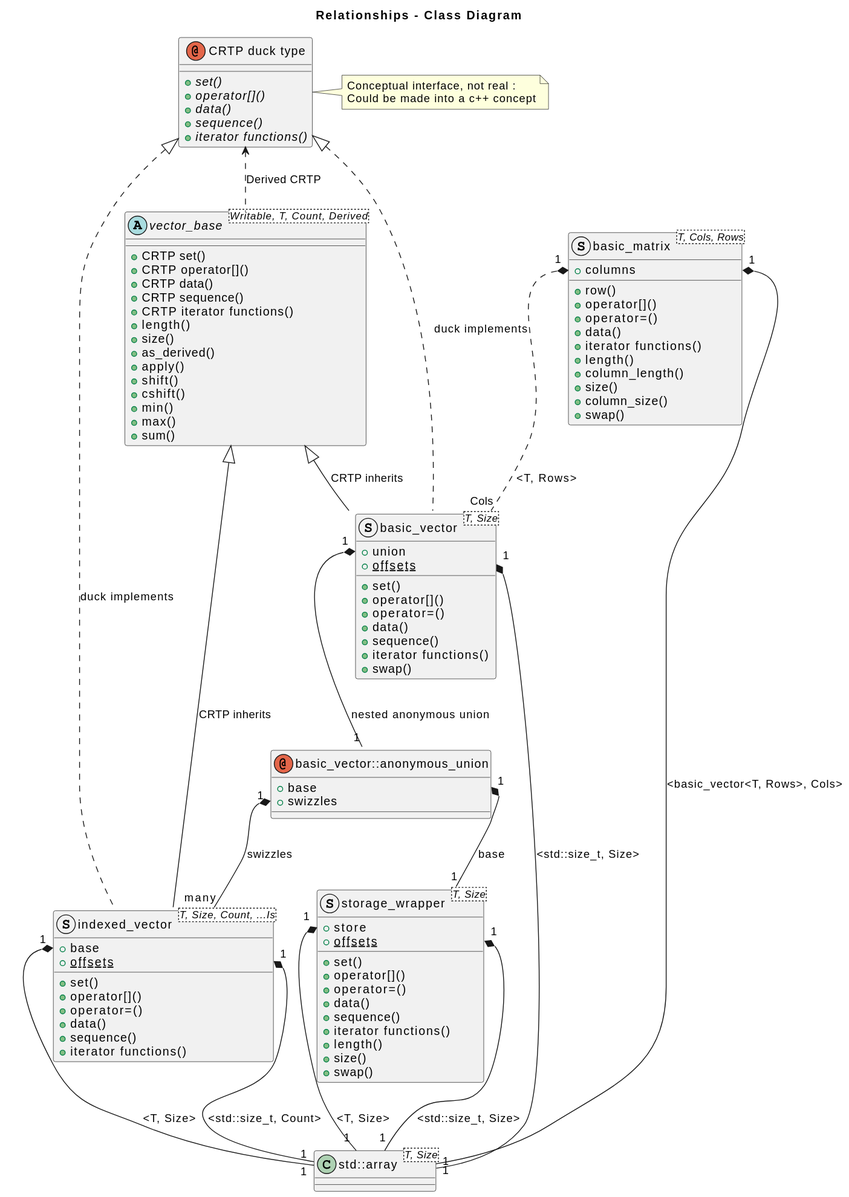
This is docs/dsga.svg from davidbrowne/dsga, a PlantUML export, as it was before one commit.
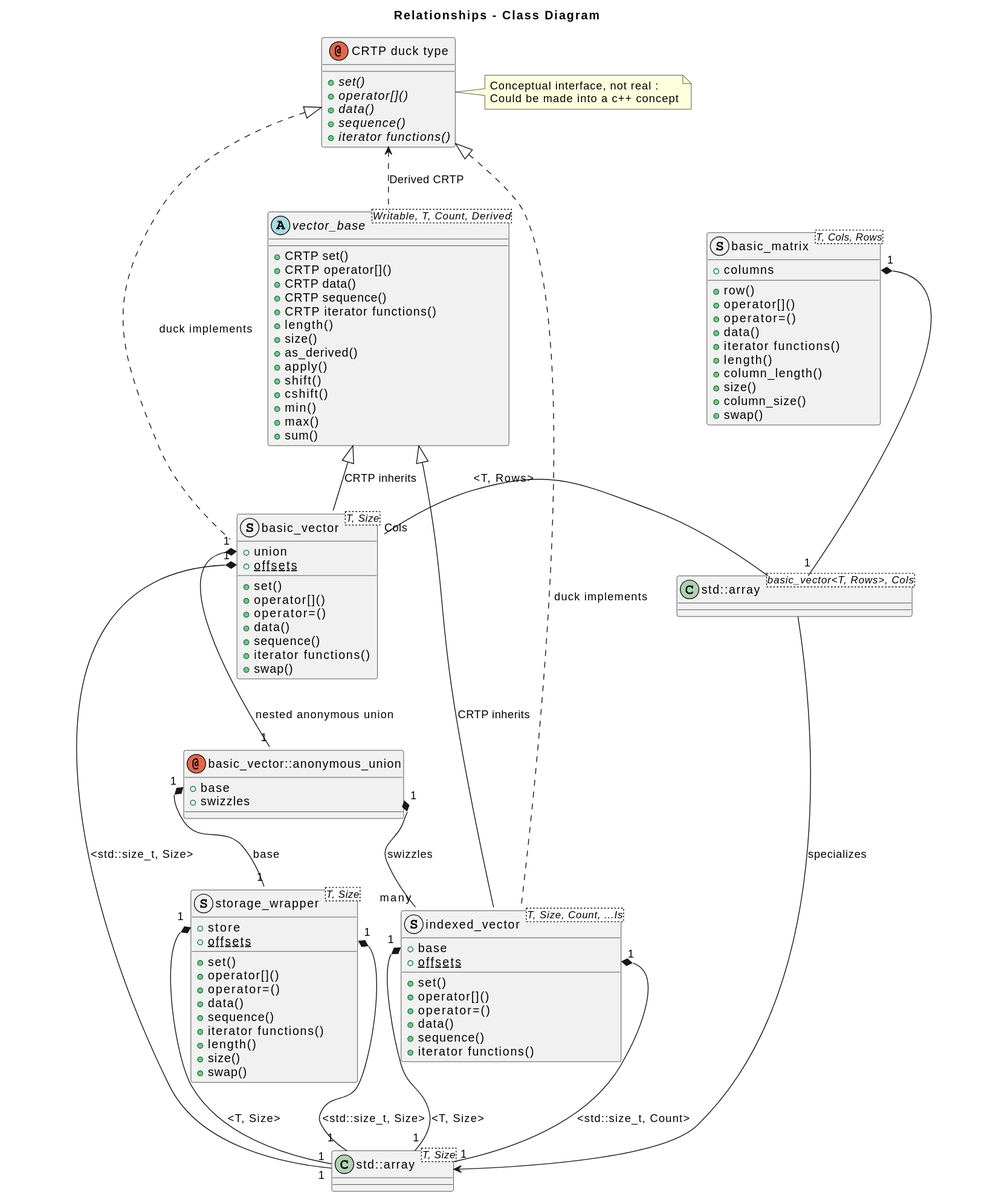
Later version of the same file.

Commit message:
more UML refactoring

Change to the diagram source:
```diff
@@ -88,8 +88,9 @@
 	class std::array<T, Size>
 	{
 	}
-	vector_base <|-down- basic_vector: CRTP inherits
-	vector_base <|-down- indexed_vector : CRTP inherits
+	class class1 as "std::array<basic_vector<T, Rows>, Cols>"
+	vector_base <|-- basic_vector: CRTP inherits
+	vector_base <|-- indexed_vector : CRTP inherits
 	"CRTP duck type" ^.. basic_vector : duck implements
 	"CRTP duck type" ^.. indexed_vector : duck implements
 	basic_vector::anonymous_union::base "1" *-- "1" storage_wrapper : base
@@ -101,6 +102,7 @@
 	basic_vector::offsets "1" *-- "1" std::array : <std::size_t, Size>
 	indexed_vector::offsets "1" *-- "1" std::array : <std::size_t, Count>
 	indexed_vector::base "1" *-- "1" std::array : <T, Size>
-	basic_matrix::columns "1" *.. "Cols" basic_vector : <T, Rows>
-	basic_matrix::columns "1" *-- "1" std::array : <basic_vector<T, Rows>, Cols>
+	class1 -left- "Cols" basic_vector : <T, Rows>
+	class1 --> std::array : specializes
+	basic_matrix::columns "1" *-- "1" class1
 @enduml
```
